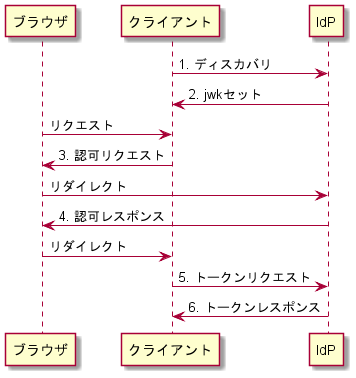
Earlier version of the PlantUML export images/oidc.png (todays-mitsui/zenn-content).
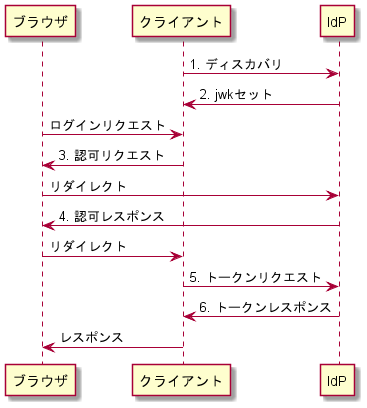
The same file after the commit.

Diff of the diagram source:
```diff
@@ -8,7 +8,7 @@
 クライアント -> IdP: 1. ディスカバリ
 IdP -> クライアント: 2. jwkセット
 
-ブラウザ -> クライアント: リクエスト
+ブラウザ -> クライアント: ログインリクエスト
 
 クライアント -> ブラウザ: 3. 認可リクエスト
 
@@ -21,4 +21,6 @@
 クライアント -> IdP: 5. トークンリクエスト
 
 IdP -> クライアント: 6. トークンレスポンス
+
+クライアント -> ブラウザ: レスポンス
 @enduml
```
